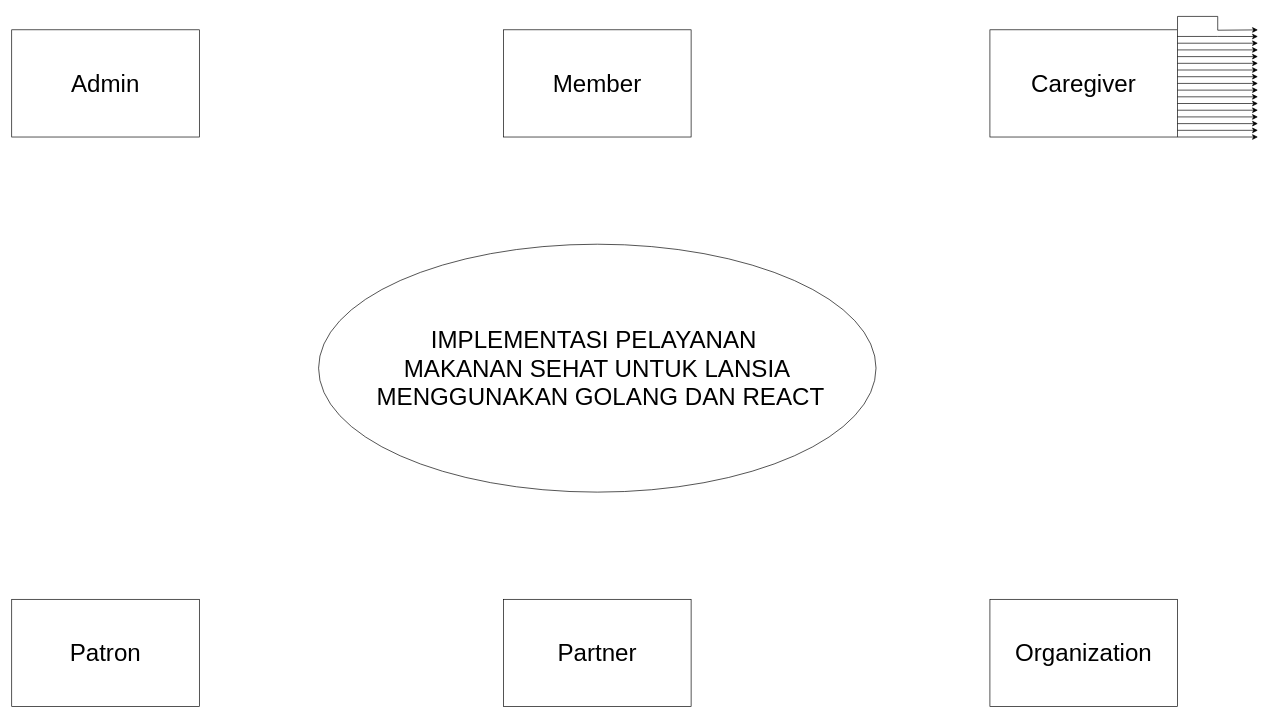
The draw.io diagram Meals. (DFD).drawio in nathanieee/meals-backend, before the edit. Source tidied: cells renumbered, new cells numbered last; positions are measured from the earlier drawing's top-left corner, leaving out a move shared by most shapes. Both pictures are drawn from the tidied source at 67%, with x=0, y=0 at pixel (11, 29).
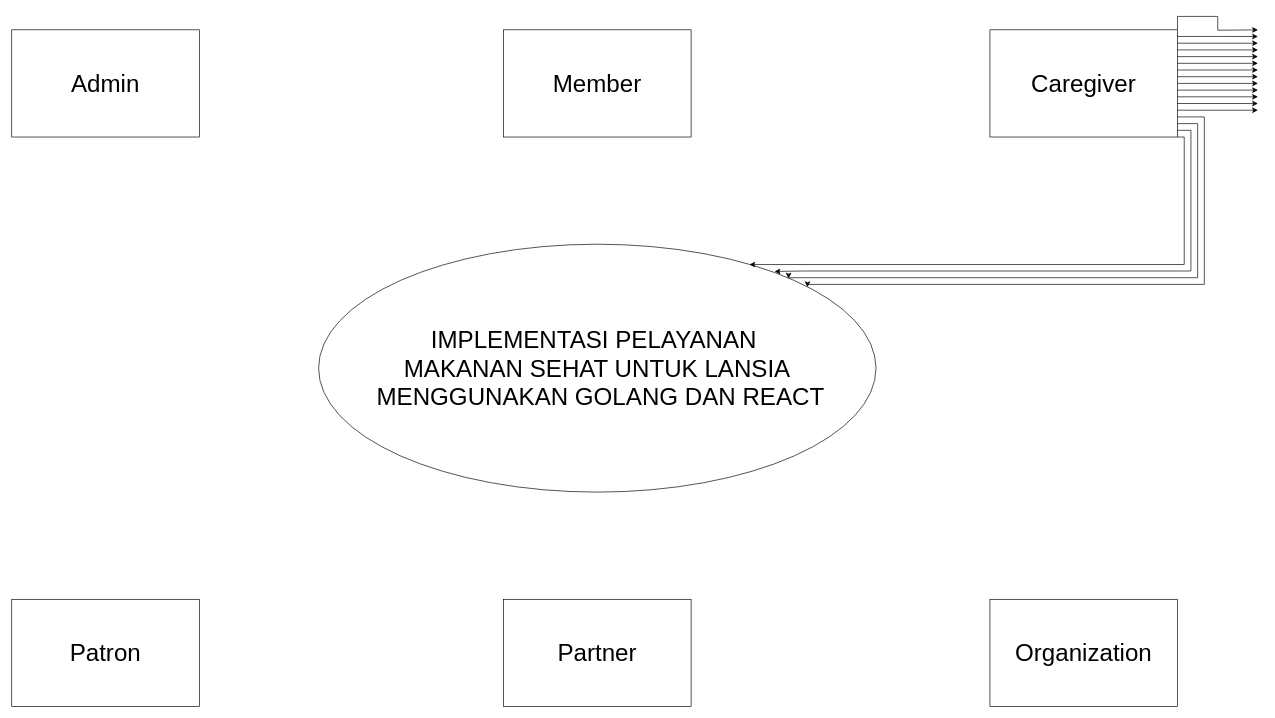
Above is the later version.

The change refers to these unchanged cells:
```xml
<mxCell id="2" value="&lt;span style=&quot;font-weight: normal; font-size: 36px;&quot;&gt;&lt;font style=&quot;font-size: 36px;&quot;&gt;IMPLEMENTASI PELAYANAN&amp;nbsp;&lt;/font&gt;&lt;/span&gt;&lt;div style=&quot;font-size: 36px;&quot;&gt;&lt;span style=&quot;font-weight: normal;&quot;&gt;&lt;font style=&quot;font-size: 36px;&quot;&gt;MAKANAN SEHAT UNTUK LANSIA&lt;/font&gt;&lt;/span&gt;&lt;/div&gt;&lt;div style=&quot;font-size: 36px;&quot;&gt;&lt;span style=&quot;font-weight: normal;&quot;&gt;&lt;font style=&quot;font-size: 36px;&quot;&gt;&amp;nbsp;MENGGUNAKAN GOLANG DAN REACT&lt;/font&gt;&lt;/span&gt;&lt;/div&gt;" style="ellipse;whiteSpace=wrap;html=1;fontStyle=1;" parent="1" vertex="1">
  <mxGeometry x="458" y="320" width="832" height="370" as="geometry" />
</mxCell>
```

Diff of the diagram source:
```diff
@@
-    <mxCell id="22" style="edgeStyle=orthogonalEdgeStyle;orthogonalLoop=1;jettySize=auto;html=1;rounded=0;exitX=0.999;exitY=0.062;exitDx=0;exitDy=0;exitPerimeter=0;" parent="1" edge="1">
+    <mxCell id="22" style="edgeStyle=orthogonalEdgeStyle;jettySize=auto;html=1;rounded=0;exitX=0.999;exitY=0.062;exitDx=0;exitDy=0;exitPerimeter=0;entryX=0.877;entryY=0.173;entryDx=0;entryDy=0;entryPerimeter=0;" parent="1" edge="1" target="2">
       <mxGeometry relative="1" as="geometry">
         <mxPoint x="1740" y="130" as="sourcePoint" />
-        <mxPoint x="1860" y="130" as="targetPoint" />
+        <Array as="points">
+          <mxPoint x="1780" y="130" />
+          <mxPoint x="1780" y="380" />
+          <mxPoint x="1188" y="380" />
+        </Array>
       </mxGeometry>
     </mxCell>
-    <mxCell id="23" style="edgeStyle=orthogonalEdgeStyle;orthogonalLoop=1;jettySize=auto;html=1;rounded=0;exitX=0.999;exitY=0.062;exitDx=0;exitDy=0;exitPerimeter=0;" parent="1" edge="1">
+    <mxCell id="23" style="edgeStyle=orthogonalEdgeStyle;jettySize=auto;html=1;rounded=0;exitX=0.999;exitY=0.062;exitDx=0;exitDy=0;exitPerimeter=0;entryX=0.843;entryY=0.138;entryDx=0;entryDy=0;entryPerimeter=0;" parent="1" edge="1" target="2">
       <mxGeometry relative="1" as="geometry">
         <mxPoint x="1740" y="140" as="sourcePoint" />
-        <mxPoint x="1860" y="140" as="targetPoint" />
+        <Array as="points">
+          <mxPoint x="1770" y="140" />
+          <mxPoint x="1770" y="370" />
+          <mxPoint x="1159" y="370" />
+        </Array>
       </mxGeometry>
     </mxCell>
-    <mxCell id="24" style="edgeStyle=orthogonalEdgeStyle;orthogonalLoop=1;jettySize=auto;html=1;rounded=0;exitX=0.999;exitY=0.062;exitDx=0;exitDy=0;exitPerimeter=0;" parent="1" edge="1">
+    <mxCell id="24" style="edgeStyle=orthogonalEdgeStyle;jettySize=auto;html=1;rounded=0;exitX=0.999;exitY=0.062;exitDx=0;exitDy=0;exitPerimeter=0;entryX=0.818;entryY=0.11;entryDx=0;entryDy=0;entryPerimeter=0;" parent="1" edge="1" target="2">
       <mxGeometry relative="1" as="geometry">
         <mxPoint x="1740" y="150" as="sourcePoint" />
-        <mxPoint x="1860" y="150" as="targetPoint" />
+        <Array as="points">
+          <mxPoint x="1760" y="150" />
+          <mxPoint x="1760" y="360" />
+          <mxPoint x="1180" y="360" />
+        </Array>
       </mxGeometry>
     </mxCell>
-    <mxCell id="25" style="edgeStyle=orthogonalEdgeStyle;orthogonalLoop=1;jettySize=auto;html=1;rounded=0;exitX=0.999;exitY=0.062;exitDx=0;exitDy=0;exitPerimeter=0;" parent="1" edge="1">
+    <mxCell id="25" style="edgeStyle=orthogonalEdgeStyle;jettySize=auto;html=1;rounded=0;exitX=0.999;exitY=0.062;exitDx=0;exitDy=0;exitPerimeter=0;entryX=0.773;entryY=0.082;entryDx=0;entryDy=0;entryPerimeter=0;" parent="1" edge="1" target="2">
       <mxGeometry relative="1" as="geometry">
         <mxPoint x="1740" y="160" as="sourcePoint" />
-        <mxPoint x="1860" y="160" as="targetPoint" />
+        <Array as="points">
+          <mxPoint x="1750" y="160" />
+          <mxPoint x="1750" y="350" />
+        </Array>
       </mxGeometry>
     </mxCell>
```
